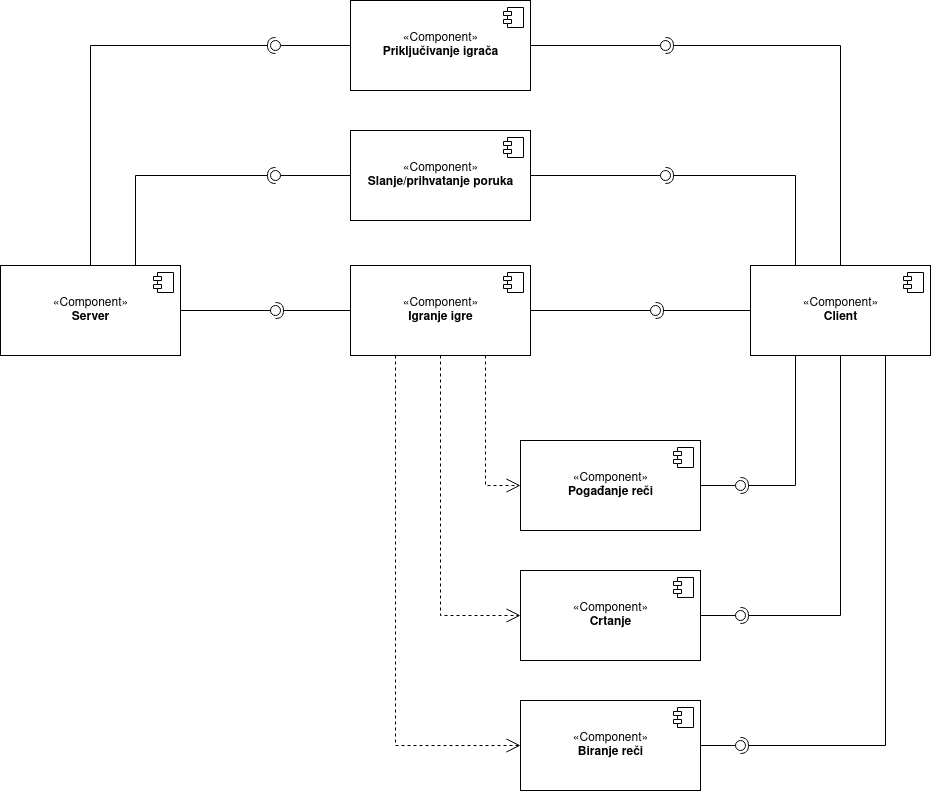
Before: specifikacija/Dijagram_komponenti.drawio.png, a diagram exported from draw.io (JelenaBondzic/GuessMyDrawing). Source tidied: cells renumbered, new cells last; positions are measured from the earlier drawing's top-left corner, leaving out a move shared by most shapes.
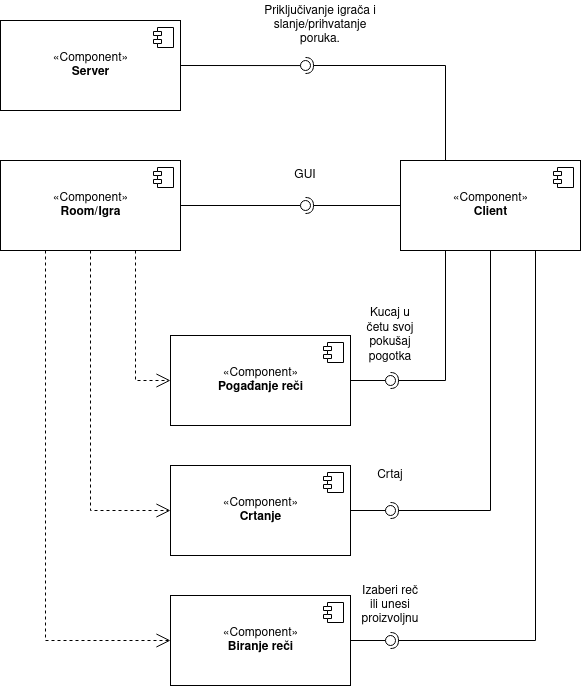
The same file after the commit.

Commit message:
Updated project specification. Updated component diagram.

Diff of the diagram source:
```diff
@@ -2,206 +2,152 @@
   <root>
     <mxCell id="0" />
     <mxCell id="1" parent="0" />
-    <mxCell id="2" value="«Component»&lt;br&gt;&lt;b&gt;Igranje igre&lt;br&gt;&lt;/b&gt;" style="html=1;" parent="1" vertex="1">
-      <mxGeometry x="350" y="265" width="180" height="90" as="geometry" />
-    </mxCell>
-    <mxCell id="3" style="shape=module;jettyWidth=8;jettyHeight=4;" parent="2" vertex="1">
-      <mxGeometry x="1" width="20" height="20" relative="1" as="geometry">
-        <mxPoint x="-27" y="7" as="offset" />
-      </mxGeometry>
-    </mxCell>
+    <mxCell id="49" value="«Component»&lt;br&gt;&lt;b&gt;Room/Igra&lt;br&gt;&lt;/b&gt;" style="html=1;" parent="1" vertex="1">
+      <mxGeometry x="350" y="265" width="180" height="90" as="geometry" />
+    </mxCell>
+    <mxCell id="50" style="shape=module;jettyWidth=8;jettyHeight=4;" parent="49" vertex="1">
+      <mxGeometry x="1" width="20" height="20" relative="1" as="geometry">
+        <mxPoint x="-27" y="7" as="offset" />
+      </mxGeometry>
+    </mxCell>
     <mxCell id="4" value="«Component»&lt;br&gt;&lt;b&gt;Client&lt;br&gt;&lt;/b&gt;" style="html=1;" parent="1" vertex="1">
       <mxGeometry x="750" y="265" width="180" height="90" as="geometry" />
     </mxCell>
-    <mxCell id="5" style="shape=module;jettyWidth=8;jettyHeight=4;" parent="4" vertex="1">
-      <mxGeometry x="1" width="20" height="20" relative="1" as="geometry">
-        <mxPoint x="-27" y="7" as="offset" />
-      </mxGeometry>
-    </mxCell>
+    <mxCell id="51" style="shape=module;jettyWidth=8;jettyHeight=4;" parent="4" vertex="1">
+      <mxGeometry x="1" width="20" height="20" relative="1" as="geometry">
+        <mxPoint x="-27" y="7" as="offset" />
+      </mxGeometry>
+    </mxCell>
     <mxCell id="6" value="«Component»&lt;br&gt;&lt;b&gt;Server&lt;br&gt;&lt;/b&gt;" style="html=1;" parent="1" vertex="1">
-      <mxGeometry y="265" width="180" height="90" as="geometry" />
+      <mxGeometry x="350" y="125" width="180" height="90" as="geometry" />
     </mxCell>
-    <mxCell id="7" style="shape=module;jettyWidth=8;jettyHeight=4;" parent="6" vertex="1">
-      <mxGeometry x="1" width="20" height="20" relative="1" as="geometry">
-        <mxPoint x="-27" y="7" as="offset" />
-      </mxGeometry>
-    </mxCell>
+    <mxCell id="52" style="shape=module;jettyWidth=8;jettyHeight=4;" parent="6" vertex="1">
+      <mxGeometry x="1" width="20" height="20" relative="1" as="geometry">
+        <mxPoint x="-27" y="7" as="offset" />
+      </mxGeometry>
+    </mxCell>
     <mxCell id="8" value="«Component»&lt;br&gt;&lt;b&gt;Pogađanje reči&lt;br&gt;&lt;/b&gt;" style="html=1;" parent="1" vertex="1">
       <mxGeometry x="520" y="440" width="180" height="90" as="geometry" />
     </mxCell>
-    <mxCell id="9" style="shape=module;jettyWidth=8;jettyHeight=4;" parent="8" vertex="1">
-      <mxGeometry x="1" width="20" height="20" relative="1" as="geometry">
-        <mxPoint x="-27" y="7" as="offset" />
-      </mxGeometry>
-    </mxCell>
+    <mxCell id="53" style="shape=module;jettyWidth=8;jettyHeight=4;" parent="8" vertex="1">
+      <mxGeometry x="1" width="20" height="20" relative="1" as="geometry">
+        <mxPoint x="-27" y="7" as="offset" />
+      </mxGeometry>
+    </mxCell>
     <mxCell id="10" value="«Component»&lt;br&gt;&lt;b&gt;Crtanje&lt;br&gt;&lt;/b&gt;" style="html=1;" parent="1" vertex="1">
       <mxGeometry x="520" y="570" width="180" height="90" as="geometry" />
     </mxCell>
-    <mxCell id="11" style="shape=module;jettyWidth=8;jettyHeight=4;" parent="10" vertex="1">
-      <mxGeometry x="1" width="20" height="20" relative="1" as="geometry">
-        <mxPoint x="-27" y="7" as="offset" />
-      </mxGeometry>
-    </mxCell>
+    <mxCell id="54" style="shape=module;jettyWidth=8;jettyHeight=4;" parent="10" vertex="1">
+      <mxGeometry x="1" width="20" height="20" relative="1" as="geometry">
+        <mxPoint x="-27" y="7" as="offset" />
+      </mxGeometry>
+    </mxCell>
     <mxCell id="12" value="«Component»&lt;br&gt;&lt;b&gt;Biranje reči &lt;br&gt;&lt;/b&gt;" style="html=1;" parent="1" vertex="1">
       <mxGeometry x="520" y="700" width="180" height="90" as="geometry" />
     </mxCell>
-    <mxCell id="13" style="shape=module;jettyWidth=8;jettyHeight=4;" parent="12" vertex="1">
-      <mxGeometry x="1" width="20" height="20" relative="1" as="geometry">
-        <mxPoint x="-27" y="7" as="offset" />
-      </mxGeometry>
-    </mxCell>
-    <mxCell id="14" style="rounded=0;jettySize=auto;html=1;endArrow=none;endFill=0;sketch=0;targetPerimeterSpacing=0;exitX=1;exitY=0.5;exitDx=0;exitDy=0;startArrow=none;" parent="1" edge="1" source="16">
-      <mxGeometry relative="1" as="geometry">
-        <mxPoint x="270" y="310" as="targetPoint" />
-      </mxGeometry>
-    </mxCell>
-    <mxCell id="15" style="rounded=0;jettySize=auto;html=1;endArrow=halfCircle;endFill=0;entryX=0.5;entryY=0.5;endSize=6;strokeWidth=1;sketch=0;exitX=0;exitY=0.5;exitDx=0;exitDy=0;" parent="1" edge="1" source="2" target="16">
-      <mxGeometry relative="1" as="geometry" />
-    </mxCell>
-    <mxCell id="16" style="ellipse;whiteSpace=wrap;html=1;align=center;points=[];outlineConnect=0;sketch=0;" parent="1" vertex="1">
-      <mxGeometry x="270" y="305" width="10" height="10" as="geometry" />
-    </mxCell>
-    <mxCell id="17" style="rounded=0;jettySize=auto;html=1;endArrow=none;endFill=0;sketch=0;sourcePerimeterSpacing=0;exitX=1;exitY=0.5;exitDx=0;exitDy=0;" parent="1" edge="1" source="6" target="16">
-      <mxGeometry relative="1" as="geometry" />
-    </mxCell>
-    <mxCell id="18" style="rounded=0;jettySize=auto;html=1;endArrow=none;endFill=0;sketch=0;sourcePerimeterSpacing=0;targetPerimeterSpacing=0;exitX=1;exitY=0.5;exitDx=0;exitDy=0;" parent="1" edge="1" source="2" target="20">
-      <mxGeometry relative="1" as="geometry" />
-    </mxCell>
-    <mxCell id="19" style="rounded=0;jettySize=auto;html=1;endArrow=halfCircle;endFill=0;entryX=0.5;entryY=0.5;endSize=6;strokeWidth=1;sketch=0;exitX=0;exitY=0.5;exitDx=0;exitDy=0;" parent="1" edge="1" source="4" target="20">
-      <mxGeometry relative="1" as="geometry" />
-    </mxCell>
-    <mxCell id="20" style="ellipse;whiteSpace=wrap;html=1;align=center;points=[];outlineConnect=0;sketch=0;" parent="1" vertex="1">
-      <mxGeometry x="650" y="305" width="10" height="10" as="geometry" />
-    </mxCell>
-    <mxCell id="21" style="rounded=0;jettySize=auto;html=1;endArrow=none;endFill=0;sketch=0;sourcePerimeterSpacing=0;targetPerimeterSpacing=0;exitX=1;exitY=0.5;exitDx=0;exitDy=0;" parent="1" edge="1" source="8" target="23">
-      <mxGeometry relative="1" as="geometry" />
-    </mxCell>
-    <mxCell id="22" style="rounded=0;jettySize=auto;html=1;endArrow=halfCircle;endFill=0;entryX=0.5;entryY=0.5;endSize=6;strokeWidth=1;sketch=0;exitX=0.25;exitY=1;exitDx=0;exitDy=0;" parent="1" edge="1" source="4" target="23">
-      <mxGeometry relative="1" as="geometry">
-        <Array as="points">
-          <mxPoint x="795" y="485" />
-        </Array>
-      </mxGeometry>
-    </mxCell>
-    <mxCell id="23" style="ellipse;whiteSpace=wrap;html=1;align=center;points=[];outlineConnect=0;sketch=0;" parent="1" vertex="1">
-      <mxGeometry x="735" y="480" width="10" height="10" as="geometry" />
-    </mxCell>
-    <mxCell id="24" style="rounded=0;jettySize=auto;html=1;endArrow=none;endFill=0;sketch=0;sourcePerimeterSpacing=0;targetPerimeterSpacing=0;exitX=1;exitY=0.5;exitDx=0;exitDy=0;" parent="1" edge="1" source="10">
-      <mxGeometry relative="1" as="geometry">
-        <mxPoint x="736" y="615" as="targetPoint" />
-      </mxGeometry>
-    </mxCell>
-    <mxCell id="25" style="rounded=0;jettySize=auto;html=1;endArrow=halfCircle;endFill=0;entryX=0.5;entryY=0.5;endSize=6;strokeWidth=1;sketch=0;exitX=0.5;exitY=1;exitDx=0;exitDy=0;" parent="1" edge="1" source="4" target="26">
-      <mxGeometry relative="1" as="geometry">
-        <Array as="points">
-          <mxPoint x="840" y="615" />
-        </Array>
-      </mxGeometry>
-    </mxCell>
-    <mxCell id="26" style="ellipse;whiteSpace=wrap;html=1;align=center;points=[];outlineConnect=0;sketch=0;" parent="1" vertex="1">
-      <mxGeometry x="735" y="610" width="10" height="10" as="geometry" />
-    </mxCell>
-    <mxCell id="27" style="rounded=0;jettySize=auto;html=1;endArrow=none;endFill=0;sketch=0;sourcePerimeterSpacing=0;targetPerimeterSpacing=0;exitX=1;exitY=0.5;exitDx=0;exitDy=0;" parent="1" edge="1" source="12" target="29">
-      <mxGeometry relative="1" as="geometry" />
-    </mxCell>
-    <mxCell id="28" style="rounded=0;jettySize=auto;html=1;endArrow=halfCircle;endFill=0;entryX=0.5;entryY=0.5;endSize=6;strokeWidth=1;sketch=0;exitX=0.75;exitY=1;exitDx=0;exitDy=0;" parent="1" edge="1" source="4" target="29">
-      <mxGeometry relative="1" as="geometry">
-        <Array as="points">
-          <mxPoint x="885" y="745" />
-        </Array>
-      </mxGeometry>
-    </mxCell>
-    <mxCell id="29" style="ellipse;whiteSpace=wrap;html=1;align=center;points=[];outlineConnect=0;sketch=0;" parent="1" vertex="1">
-      <mxGeometry x="735" y="740" width="10" height="10" as="geometry" />
-    </mxCell>
-    <mxCell id="30" style="endArrow=open;endSize=12;dashed=1;html=1;rounded=0;exitX=0.75;exitY=1;exitDx=0;exitDy=0;entryX=0;entryY=0.5;entryDx=0;entryDy=0;" parent="1" edge="1" source="2" target="8">
-      <mxGeometry x="0.15" y="-45" relative="1" as="geometry">
-        <Array as="points">
-          <mxPoint x="485" y="485" />
-        </Array>
-      </mxGeometry>
-    </mxCell>
-    <mxCell id="31" style="endArrow=open;endSize=12;dashed=1;html=1;rounded=0;entryX=0;entryY=0.5;entryDx=0;entryDy=0;" parent="1" edge="1" source="2" target="10">
-      <mxGeometry x="0.15" y="-45" relative="1" as="geometry">
-        <Array as="points">
-          <mxPoint x="440" y="615" />
-        </Array>
-      </mxGeometry>
-    </mxCell>
-    <mxCell id="32" style="endArrow=open;endSize=12;dashed=1;html=1;rounded=0;exitX=0.25;exitY=1;exitDx=0;exitDy=0;entryX=0;entryY=0.5;entryDx=0;entryDy=0;" parent="1" edge="1" source="2" target="12">
-      <mxGeometry x="0.15" y="-45" relative="1" as="geometry">
-        <Array as="points">
-          <mxPoint x="395" y="745" />
-        </Array>
-      </mxGeometry>
-    </mxCell>
-    <mxCell id="33" value="«Component»&lt;br&gt;&lt;b&gt;Slanje/prihvatanje poruka&lt;br&gt;&lt;/b&gt;" style="html=1;" parent="1" vertex="1">
-      <mxGeometry x="350" y="130" width="180" height="90" as="geometry" />
-    </mxCell>
-    <mxCell id="34" style="shape=module;jettyWidth=8;jettyHeight=4;" parent="33" vertex="1">
-      <mxGeometry x="1" width="20" height="20" relative="1" as="geometry">
-        <mxPoint x="-27" y="7" as="offset" />
-      </mxGeometry>
-    </mxCell>
-    <mxCell id="35" style="rounded=0;jettySize=auto;html=1;endArrow=none;endFill=0;sketch=0;sourcePerimeterSpacing=0;targetPerimeterSpacing=0;exitX=1;exitY=0.5;exitDx=0;exitDy=0;" parent="1" edge="1" source="33" target="37">
-      <mxGeometry relative="1" as="geometry" />
-    </mxCell>
-    <mxCell id="36" style="rounded=0;jettySize=auto;html=1;endArrow=halfCircle;endFill=0;entryX=0.5;entryY=0.5;endSize=6;strokeWidth=1;sketch=0;exitX=0.25;exitY=0;exitDx=0;exitDy=0;" parent="1" edge="1" source="4" target="37">
-      <mxGeometry relative="1" as="geometry">
-        <Array as="points">
-          <mxPoint x="795" y="175" />
-        </Array>
-      </mxGeometry>
-    </mxCell>
-    <mxCell id="37" style="ellipse;whiteSpace=wrap;html=1;align=center;points=[];outlineConnect=0;sketch=0;" parent="1" vertex="1">
-      <mxGeometry x="660" y="170" width="10" height="10" as="geometry" />
-    </mxCell>
-    <mxCell id="38" style="rounded=0;jettySize=auto;html=1;endArrow=none;endFill=0;sketch=0;sourcePerimeterSpacing=0;targetPerimeterSpacing=0;exitX=0;exitY=0.5;exitDx=0;exitDy=0;" parent="1" edge="1" source="33" target="40">
-      <mxGeometry relative="1" as="geometry" />
-    </mxCell>
-    <mxCell id="39" style="rounded=0;jettySize=auto;html=1;endArrow=halfCircle;endFill=0;entryX=0.5;entryY=0.5;endSize=6;strokeWidth=1;sketch=0;exitX=0.75;exitY=0;exitDx=0;exitDy=0;" parent="1" edge="1" source="6" target="40">
-      <mxGeometry relative="1" as="geometry">
-        <Array as="points">
-          <mxPoint x="135" y="175" />
-        </Array>
-      </mxGeometry>
-    </mxCell>
-    <mxCell id="40" style="ellipse;whiteSpace=wrap;html=1;align=center;points=[];outlineConnect=0;sketch=0;" parent="1" vertex="1">
-      <mxGeometry x="270" y="170" width="10" height="10" as="geometry" />
-    </mxCell>
-    <mxCell id="41" value="«Component»&lt;br&gt;&lt;b&gt;Priključivanje igrača&lt;br&gt;&lt;/b&gt;" style="html=1;" parent="1" vertex="1">
-      <mxGeometry x="350" width="180" height="90" as="geometry" />
-    </mxCell>
-    <mxCell id="42" style="shape=module;jettyWidth=8;jettyHeight=4;" parent="41" vertex="1">
-      <mxGeometry x="1" width="20" height="20" relative="1" as="geometry">
-        <mxPoint x="-27" y="7" as="offset" />
-      </mxGeometry>
-    </mxCell>
-    <mxCell id="43" style="rounded=0;jettySize=auto;html=1;endArrow=none;endFill=0;sketch=0;sourcePerimeterSpacing=0;targetPerimeterSpacing=0;exitX=1;exitY=0.5;exitDx=0;exitDy=0;" parent="1" edge="1" source="41" target="45">
-      <mxGeometry relative="1" as="geometry" />
-    </mxCell>
-    <mxCell id="44" style="rounded=0;jettySize=auto;html=1;endArrow=halfCircle;endFill=0;entryX=0.5;entryY=0.5;endSize=6;strokeWidth=1;sketch=0;exitX=0.5;exitY=0;exitDx=0;exitDy=0;" parent="1" edge="1" source="4" target="45">
-      <mxGeometry relative="1" as="geometry">
-        <Array as="points">
-          <mxPoint x="840" y="45" />
-        </Array>
-      </mxGeometry>
-    </mxCell>
-    <mxCell id="45" style="ellipse;whiteSpace=wrap;html=1;align=center;points=[];outlineConnect=0;sketch=0;" parent="1" vertex="1">
-      <mxGeometry x="660" y="40" width="10" height="10" as="geometry" />
-    </mxCell>
-    <mxCell id="46" style="rounded=0;jettySize=auto;html=1;endArrow=none;endFill=0;sketch=0;sourcePerimeterSpacing=0;targetPerimeterSpacing=0;exitX=0;exitY=0.5;exitDx=0;exitDy=0;" parent="1" edge="1" source="41" target="48">
-      <mxGeometry relative="1" as="geometry" />
-    </mxCell>
-    <mxCell id="47" style="rounded=0;jettySize=auto;html=1;endArrow=halfCircle;endFill=0;entryX=0.5;entryY=0.5;endSize=6;strokeWidth=1;sketch=0;exitX=0.5;exitY=0;exitDx=0;exitDy=0;" parent="1" edge="1" source="6" target="48">
-      <mxGeometry relative="1" as="geometry">
-        <Array as="points">
-          <mxPoint x="90" y="45" />
-        </Array>
-      </mxGeometry>
-    </mxCell>
-    <mxCell id="48" style="ellipse;whiteSpace=wrap;html=1;align=center;points=[];outlineConnect=0;sketch=0;" parent="1" vertex="1">
-      <mxGeometry x="270" y="40" width="10" height="10" as="geometry" />
-    </mxCell>
+    <mxCell id="55" style="shape=module;jettyWidth=8;jettyHeight=4;" parent="12" vertex="1">
+      <mxGeometry x="1" width="20" height="20" relative="1" as="geometry">
+        <mxPoint x="-27" y="7" as="offset" />
+      </mxGeometry>
+    </mxCell>
+    <mxCell id="56" style="rounded=0;jettySize=auto;html=1;endArrow=halfCircle;endFill=0;entryX=0.5;entryY=0.5;endSize=6;strokeWidth=1;sketch=0;exitX=0.25;exitY=0;exitDx=0;exitDy=0;" parent="1" edge="1" source="4" target="57">
+      <mxGeometry relative="1" as="geometry">
+        <Array as="points">
+          <mxPoint x="795" y="170" />
+        </Array>
+      </mxGeometry>
+    </mxCell>
+    <mxCell id="57" style="ellipse;whiteSpace=wrap;html=1;align=center;points=[];outlineConnect=0;sketch=0;" parent="1" vertex="1">
+      <mxGeometry x="650" y="165" width="10" height="10" as="geometry" />
+    </mxCell>
+    <mxCell id="58" style="rounded=0;jettySize=auto;html=1;endArrow=none;endFill=0;sketch=0;sourcePerimeterSpacing=0;exitX=1;exitY=0.5;exitDx=0;exitDy=0;" parent="1" edge="1" source="6" target="57">
+      <mxGeometry relative="1" as="geometry" />
+    </mxCell>
+    <mxCell id="59" style="rounded=0;jettySize=auto;html=1;endArrow=none;endFill=0;sketch=0;sourcePerimeterSpacing=0;targetPerimeterSpacing=0;exitX=1;exitY=0.5;exitDx=0;exitDy=0;" parent="1" edge="1" source="49" target="61">
+      <mxGeometry relative="1" as="geometry" />
+    </mxCell>
+    <mxCell id="60" style="rounded=0;jettySize=auto;html=1;endArrow=halfCircle;endFill=0;entryX=0.5;entryY=0.5;endSize=6;strokeWidth=1;sketch=0;exitX=0;exitY=0.5;exitDx=0;exitDy=0;" parent="1" edge="1" source="4" target="61">
+      <mxGeometry relative="1" as="geometry" />
+    </mxCell>
+    <mxCell id="61" style="ellipse;whiteSpace=wrap;html=1;align=center;points=[];outlineConnect=0;sketch=0;" parent="1" vertex="1">
+      <mxGeometry x="650" y="305" width="10" height="10" as="geometry" />
+    </mxCell>
+    <mxCell id="62" style="rounded=0;jettySize=auto;html=1;endArrow=none;endFill=0;sketch=0;sourcePerimeterSpacing=0;targetPerimeterSpacing=0;exitX=1;exitY=0.5;exitDx=0;exitDy=0;" parent="1" edge="1" source="8" target="64">
+      <mxGeometry relative="1" as="geometry" />
+    </mxCell>
+    <mxCell id="63" style="rounded=0;jettySize=auto;html=1;endArrow=halfCircle;endFill=0;entryX=0.5;entryY=0.5;endSize=6;strokeWidth=1;sketch=0;exitX=0.25;exitY=1;exitDx=0;exitDy=0;" parent="1" edge="1" source="4" target="64">
+      <mxGeometry relative="1" as="geometry">
+        <Array as="points">
+          <mxPoint x="795" y="485" />
+        </Array>
+      </mxGeometry>
+    </mxCell>
+    <mxCell id="64" style="ellipse;whiteSpace=wrap;html=1;align=center;points=[];outlineConnect=0;sketch=0;" parent="1" vertex="1">
+      <mxGeometry x="735" y="480" width="10" height="10" as="geometry" />
+    </mxCell>
+    <mxCell id="65" style="rounded=0;jettySize=auto;html=1;endArrow=none;endFill=0;sketch=0;sourcePerimeterSpacing=0;targetPerimeterSpacing=0;exitX=1;exitY=0.5;exitDx=0;exitDy=0;" parent="1" edge="1" source="10">
+      <mxGeometry relative="1" as="geometry">
+        <mxPoint x="736" y="615" as="targetPoint" />
+      </mxGeometry>
+    </mxCell>
+    <mxCell id="66" style="rounded=0;jettySize=auto;html=1;endArrow=halfCircle;endFill=0;entryX=0.5;entryY=0.5;endSize=6;strokeWidth=1;sketch=0;exitX=0.5;exitY=1;exitDx=0;exitDy=0;" parent="1" edge="1" source="4" target="67">
+      <mxGeometry relative="1" as="geometry">
+        <Array as="points">
+          <mxPoint x="840" y="615" />
+        </Array>
+      </mxGeometry>
+    </mxCell>
+    <mxCell id="67" style="ellipse;whiteSpace=wrap;html=1;align=center;points=[];outlineConnect=0;sketch=0;" parent="1" vertex="1">
+      <mxGeometry x="735" y="610" width="10" height="10" as="geometry" />
+    </mxCell>
+    <mxCell id="68" style="rounded=0;jettySize=auto;html=1;endArrow=none;endFill=0;sketch=0;sourcePerimeterSpacing=0;targetPerimeterSpacing=0;exitX=1;exitY=0.5;exitDx=0;exitDy=0;" parent="1" edge="1" source="12" target="70">
+      <mxGeometry relative="1" as="geometry" />
+    </mxCell>
+    <mxCell id="69" style="rounded=0;jettySize=auto;html=1;endArrow=halfCircle;endFill=0;entryX=0.5;entryY=0.5;endSize=6;strokeWidth=1;sketch=0;exitX=0.75;exitY=1;exitDx=0;exitDy=0;" parent="1" edge="1" source="4" target="70">
+      <mxGeometry relative="1" as="geometry">
+        <Array as="points">
+          <mxPoint x="885" y="745" />
+        </Array>
+      </mxGeometry>
+    </mxCell>
+    <mxCell id="70" style="ellipse;whiteSpace=wrap;html=1;align=center;points=[];outlineConnect=0;sketch=0;" parent="1" vertex="1">
+      <mxGeometry x="735" y="740" width="10" height="10" as="geometry" />
+    </mxCell>
+    <mxCell id="71" style="endArrow=open;endSize=12;dashed=1;html=1;rounded=0;exitX=0.75;exitY=1;exitDx=0;exitDy=0;entryX=0;entryY=0.5;entryDx=0;entryDy=0;" parent="1" edge="1" source="49" target="8">
+      <mxGeometry x="0.15" y="-45" relative="1" as="geometry">
+        <Array as="points">
+          <mxPoint x="485" y="485" />
+        </Array>
+      </mxGeometry>
+    </mxCell>
+    <mxCell id="72" style="endArrow=open;endSize=12;dashed=1;html=1;rounded=0;entryX=0;entryY=0.5;entryDx=0;entryDy=0;" parent="1" edge="1" source="49" target="10">
+      <mxGeometry x="0.15" y="-45" relative="1" as="geometry">
+        <Array as="points">
+          <mxPoint x="440" y="615" />
+        </Array>
+      </mxGeometry>
+    </mxCell>
+    <mxCell id="73" style="endArrow=open;endSize=12;dashed=1;html=1;rounded=0;exitX=0.25;exitY=1;exitDx=0;exitDy=0;entryX=0;entryY=0.5;entryDx=0;entryDy=0;" parent="1" edge="1" source="49" target="12">
+      <mxGeometry x="0.15" y="-45" relative="1" as="geometry">
+        <Array as="points">
+          <mxPoint x="395" y="745" />
+        </Array>
+      </mxGeometry>
+    </mxCell>
+    <mxCell id="74" value="Crtaj" style="text;html=1;strokeColor=none;fillColor=none;align=center;verticalAlign=middle;whiteSpace=wrap;rounded=0;" parent="1" vertex="1">
+      <mxGeometry x="710" y="565" width="60" height="30" as="geometry" />
+    </mxCell>
+    <mxCell id="75" value="Kucaj u četu svoj pokušaj pogotka" style="text;html=1;strokeColor=none;fillColor=none;align=center;verticalAlign=middle;whiteSpace=wrap;rounded=0;" parent="1" vertex="1">
+      <mxGeometry x="710" y="425" width="60" height="30" as="geometry" />
+    </mxCell>
+    <mxCell id="76" value="Izaberi reč ili unesi proizvoljnu" style="text;html=1;strokeColor=none;fillColor=none;align=center;verticalAlign=middle;whiteSpace=wrap;rounded=0;" parent="1" vertex="1">
+      <mxGeometry x="710" y="695" width="60" height="30" as="geometry" />
+    </mxCell>
+    <mxCell id="77" value="GUI" style="text;html=1;strokeColor=none;fillColor=none;align=center;verticalAlign=middle;whiteSpace=wrap;rounded=0;" parent="1" vertex="1">
+      <mxGeometry x="625" y="265" width="60" height="30" as="geometry" />
+    </mxCell>
+    <mxCell id="78" value="&lt;div&gt;Priključivanje igrača i slanje/prihvatanje &lt;br&gt;&lt;/div&gt;&lt;div&gt;poruka.&lt;/div&gt;" style="text;html=1;strokeColor=none;fillColor=none;align=center;verticalAlign=middle;whiteSpace=wrap;rounded=0;" parent="1" vertex="1">
+      <mxGeometry x="600" y="105" width="140" height="50" as="geometry" />
+    </mxCell>
   </root>
 </mxGraphModel>
```
